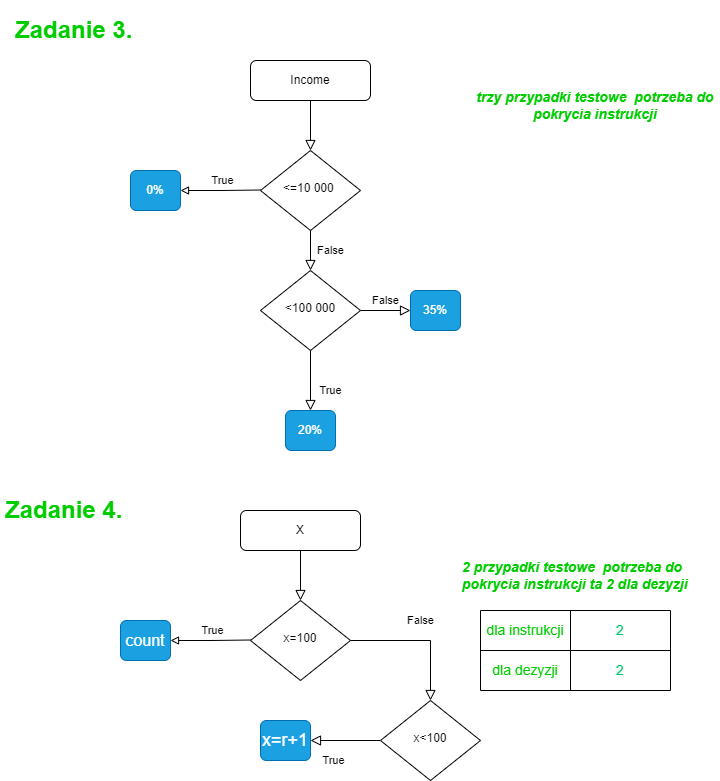
Before: Zadania_3_4_drawio.png, a diagram exported from draw.io (Soldat72/draws_and_charts). Source tidied: cells renumbered, new cells last; positions are measured from the earlier drawing's top-left corner, leaving out a move shared by most shapes.
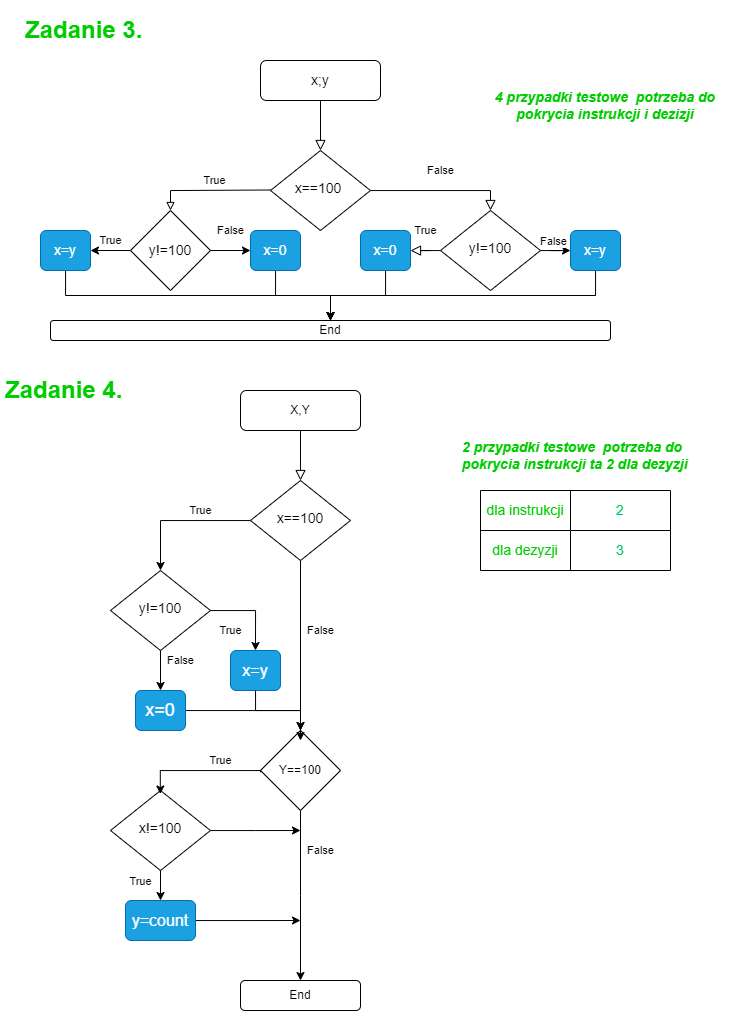
The same diagram one commit later.

What changed in the source:
```diff
@@ -2,86 +2,106 @@
   <root>
     <mxCell id="0" />
     <mxCell id="1" parent="0" />
-    <mxCell id="2" value="True" style="endArrow=block;html=1;rounded=0;edgeStyle=orthogonalEdgeStyle;endFill=0;" parent="1" edge="1">
+    <mxCell id="2" value="True" style="endArrow=block;html=1;rounded=0;edgeStyle=orthogonalEdgeStyle;endFill=0;" parent="1" edge="1" target="44">
       <mxGeometry x="-0.07" y="-10" relative="1" as="geometry">
         <mxPoint x="260" y="179.5" as="sourcePoint" />
-        <mxPoint x="180" y="180" as="targetPoint" />
       </mxGeometry>
     </mxCell>
     <mxCell id="3" style="rounded=0;html=1;jettySize=auto;fontSize=11;endArrow=block;endFill=0;endSize=8;strokeWidth=1;shadow=0;labelBackgroundColor=none;edgeStyle=orthogonalEdgeStyle;" parent="1" edge="1" source="4" target="6">
       <mxGeometry relative="1" as="geometry" />
     </mxCell>
-    <mxCell id="4" value="Income" style="rounded=1;whiteSpace=wrap;html=1;fontSize=12;glass=0;strokeWidth=1;shadow=0;" parent="1" vertex="1">
+    <mxCell id="4" value="&lt;font style=&quot;font-size: 14px;&quot;&gt;x;y&lt;/font&gt;" style="rounded=1;whiteSpace=wrap;html=1;fontSize=12;glass=0;strokeWidth=1;shadow=0;" parent="1" vertex="1">
       <mxGeometry x="250" y="50" width="120" height="40" as="geometry" />
     </mxCell>
     <mxCell id="5" value="False" style="rounded=0;html=1;jettySize=auto;fontSize=11;endArrow=block;endFill=0;endSize=8;strokeWidth=1;shadow=0;labelBackgroundColor=none;edgeStyle=orthogonalEdgeStyle;" parent="1" edge="1" source="6" target="9">
-      <mxGeometry y="20" relative="1" as="geometry" />
+      <mxGeometry y="20" relative="1" as="geometry">
+        <Array as="points">
+          <mxPoint x="480" y="180" />
+        </Array>
+      </mxGeometry>
     </mxCell>
-    <mxCell id="6" value="&amp;lt;=10 000&amp;nbsp;" style="rhombus;whiteSpace=wrap;html=1;shadow=0;fontFamily=Helvetica;fontSize=12;align=center;strokeWidth=1;spacing=6;spacingTop=-4;" parent="1" vertex="1">
+    <mxCell id="6" value="&lt;font style=&quot;font-size: 14px;&quot;&gt;x==100&amp;nbsp;&lt;/font&gt;" style="rhombus;whiteSpace=wrap;html=1;shadow=0;fontFamily=Helvetica;fontSize=12;align=center;strokeWidth=1;spacing=6;spacingTop=-4;" parent="1" vertex="1">
       <mxGeometry x="260" y="140" width="100" height="80" as="geometry" />
     </mxCell>
+    <mxCell id="8" value="True" style="edgeStyle=orthogonalEdgeStyle;rounded=0;html=1;jettySize=auto;fontSize=11;endArrow=block;endFill=0;endSize=8;strokeWidth=1;shadow=0;labelBackgroundColor=none;" parent="1" edge="1" source="9" target="11">
+      <mxGeometry y="20" relative="1" as="geometry" />
+    </mxCell>
-    <mxCell id="7" value="True" style="rounded=0;html=1;jettySize=auto;fontSize=11;endArrow=block;endFill=0;endSize=8;strokeWidth=1;shadow=0;labelBackgroundColor=none;edgeStyle=orthogonalEdgeStyle;" parent="1" edge="1" source="9" target="10">
-      <mxGeometry x="0.33" y="20" relative="1" as="geometry" />
+    <mxCell id="7" style="edgeStyle=orthogonalEdgeStyle;rounded=0;jettySize=auto;html=1;" parent="1" edge="1" source="9" target="10">
+      <mxGeometry relative="1" as="geometry" />
     </mxCell>
-    <mxCell id="8" value="False" style="edgeStyle=orthogonalEdgeStyle;rounded=0;html=1;jettySize=auto;fontSize=11;endArrow=block;endFill=0;endSize=8;strokeWidth=1;shadow=0;labelBackgroundColor=none;" parent="1" edge="1" source="9" target="11">
-      <mxGeometry y="10" relative="1" as="geometry" />
-    </mxCell>
+    <mxCell id="35" value="False" style="edgeLabel;html=1;align=center;verticalAlign=middle;" parent="7" vertex="1">
+      <mxGeometry x="0.31" y="2" relative="1" as="geometry">
+        <mxPoint y="-8" as="offset" />
+      </mxGeometry>
+    </mxCell>
-    <mxCell id="9" value="&amp;lt;100 000" style="rhombus;whiteSpace=wrap;html=1;shadow=0;fontFamily=Helvetica;fontSize=12;align=center;strokeWidth=1;spacing=6;spacingTop=-4;" parent="1" vertex="1">
-      <mxGeometry x="260" y="260" width="100" height="80" as="geometry" />
+    <mxCell id="9" value="&lt;font style=&quot;font-size: 14px;&quot;&gt;y!=100&lt;/font&gt;" style="rhombus;whiteSpace=wrap;html=1;shadow=0;fontFamily=Helvetica;fontSize=12;align=center;strokeWidth=1;spacing=6;spacingTop=-4;" parent="1" vertex="1">
+      <mxGeometry x="430" y="200" width="100" height="80" as="geometry" />
     </mxCell>
+    <mxCell id="36" style="edgeStyle=orthogonalEdgeStyle;rounded=0;jettySize=auto;html=1;" parent="1" edge="1" source="10" target="57">
+      <mxGeometry relative="1" as="geometry" />
+    </mxCell>
-    <mxCell id="10" value="20%" style="rounded=1;whiteSpace=wrap;html=1;fontSize=12;glass=0;strokeWidth=1;shadow=0;fillColor=#1ba1e2;fontColor=#ffffff;strokeColor=#006EAF;imageWidth=24;imageHeight=24;" parent="1" vertex="1">
-      <mxGeometry x="285" y="400" width="50" height="40" as="geometry" />
+    <mxCell id="10" value="&lt;font style=&quot;font-size: 14px;&quot;&gt;x=y&lt;/font&gt;" style="rounded=1;whiteSpace=wrap;html=1;fontSize=12;glass=0;strokeWidth=1;shadow=0;fillColor=#1ba1e2;fontColor=#ffffff;strokeColor=#006EAF;imageWidth=24;imageHeight=24;" parent="1" vertex="1">
+      <mxGeometry x="560" y="220" width="50" height="40" as="geometry" />
     </mxCell>
+    <mxCell id="37" style="edgeStyle=orthogonalEdgeStyle;rounded=0;jettySize=auto;html=1;" parent="1" edge="1" source="11" target="57">
+      <mxGeometry relative="1" as="geometry" />
+    </mxCell>
-    <mxCell id="11" value="35%" style="rounded=1;whiteSpace=wrap;html=1;fontSize=12;glass=0;strokeWidth=1;shadow=0;fillColor=#1ba1e2;fontColor=#ffffff;strokeColor=#006EAF;imageWidth=24;imageHeight=24;" parent="1" vertex="1">
-      <mxGeometry x="410" y="280" width="50" height="40" as="geometry" />
+    <mxCell id="11" value="&lt;font style=&quot;font-size: 14px;&quot;&gt;x=0&lt;/font&gt;" style="rounded=1;whiteSpace=wrap;html=1;fontSize=12;glass=0;strokeWidth=1;shadow=0;fillColor=#1ba1e2;fontColor=#ffffff;strokeColor=#006EAF;imageWidth=24;imageHeight=24;" parent="1" vertex="1">
+      <mxGeometry x="350" y="220" width="50" height="40" as="geometry" />
     </mxCell>
+    <mxCell id="38" style="edgeStyle=orthogonalEdgeStyle;rounded=0;jettySize=auto;html=1;" parent="1" edge="1" source="12" target="57">
+      <mxGeometry relative="1" as="geometry" />
+    </mxCell>
-    <mxCell id="12" value="0%" style="rounded=1;whiteSpace=wrap;html=1;fontSize=12;fillColor=#1ba1e2;fontColor=#ffffff;strokeColor=#006EAF;imageWidth=24;imageHeight=24;" parent="1" vertex="1">
-      <mxGeometry x="130" y="160" width="50" height="40" as="geometry" />
+    <mxCell id="12" value="&lt;font style=&quot;font-size: 14px;&quot;&gt;x=y&lt;/font&gt;" style="rounded=1;whiteSpace=wrap;html=1;fontSize=12;fillColor=#1ba1e2;fontColor=#ffffff;strokeColor=#006EAF;imageWidth=24;imageHeight=24;" parent="1" vertex="1">
+      <mxGeometry x="30" y="220" width="50" height="40" as="geometry" />
     </mxCell>
-    <mxCell id="13" value="&lt;b style=&quot;font-size: 14px;&quot;&gt;&lt;i style=&quot;font-size: 14px;&quot;&gt;trzy przypadki testowe &amp;nbsp;potrzeba do pokrycia instrukcji&lt;/i&gt;&lt;/b&gt;" style="text;html=1;align=center;verticalAlign=middle;whiteSpace=wrap;rounded=0;fontColor=#00CC00;fontSize=14;" parent="1" vertex="1">
+    <mxCell id="13" value="&lt;b style=&quot;font-size: 14px;&quot;&gt;&lt;i style=&quot;font-size: 14px;&quot;&gt;4 przypadki testowe &amp;nbsp;potrzeba do pokrycia instrukcji i dezizji&lt;/i&gt;&lt;/b&gt;" style="text;html=1;align=center;verticalAlign=middle;whiteSpace=wrap;rounded=0;fontColor=#00CC00;fontSize=14;" parent="1" vertex="1">
       <mxGeometry x="470" y="80" width="250" height="30" as="geometry" />
     </mxCell>
     <mxCell id="14" value="&lt;h1&gt;Zadanie 3.&lt;/h1&gt;" style="text;html=1;spacing=5;spacingTop=-20;whiteSpace=wrap;overflow=hidden;rounded=0;fontColor=#00CC00;" parent="1" vertex="1">
       <mxGeometry x="10" width="190" height="40" as="geometry" />
     </mxCell>
-    <mxCell id="15" value="True" style="endArrow=block;html=1;rounded=0;edgeStyle=orthogonalEdgeStyle;endFill=0;" parent="1" edge="1">
-      <mxGeometry x="-0.07" y="-10" relative="1" as="geometry">
-        <mxPoint x="250" y="629.5" as="sourcePoint" />
-        <mxPoint x="170" y="630" as="targetPoint" />
-      </mxGeometry>
-    </mxCell>
     <mxCell id="16" style="rounded=0;html=1;jettySize=auto;fontSize=11;endArrow=block;endFill=0;endSize=8;strokeWidth=1;shadow=0;labelBackgroundColor=none;edgeStyle=orthogonalEdgeStyle;" parent="1" edge="1" source="17" target="19">
       <mxGeometry relative="1" as="geometry" />
     </mxCell>
-    <mxCell id="17" value="X" style="rounded=1;whiteSpace=wrap;html=1;fontSize=12;glass=0;strokeWidth=1;shadow=0;" parent="1" vertex="1">
-      <mxGeometry x="240" y="500" width="120" height="40" as="geometry" />
+    <mxCell id="17" value="X,Y" style="rounded=1;whiteSpace=wrap;html=1;fontSize=12;glass=0;strokeWidth=1;shadow=0;" parent="1" vertex="1">
+      <mxGeometry x="230" y="380" width="120" height="40" as="geometry" />
     </mxCell>
-    <mxCell id="18" value="False" style="rounded=0;html=1;jettySize=auto;fontSize=11;endArrow=block;endFill=0;endSize=8;strokeWidth=1;shadow=0;labelBackgroundColor=none;edgeStyle=orthogonalEdgeStyle;" parent="1" edge="1" source="19" target="21">
-      <mxGeometry y="20" relative="1" as="geometry" />
+    <mxCell id="18" value="True" style="edgeStyle=orthogonalEdgeStyle;rounded=0;jettySize=auto;html=1;" parent="1" edge="1" source="19" target="21">
+      <mxGeometry x="-0.29" y="-10" relative="1" as="geometry" />
     </mxCell>
+    <mxCell id="39" value="False" style="edgeStyle=orthogonalEdgeStyle;rounded=0;jettySize=auto;html=1;exitX=0.5;exitY=1;exitDx=0;exitDy=0;" parent="1" edge="1" source="19" target="48">
+      <mxGeometry x="-0.18" y="20" relative="1" as="geometry" />
+    </mxCell>
-    <mxCell id="19" value="x=100" style="rhombus;whiteSpace=wrap;html=1;shadow=0;fontFamily=Helvetica;fontSize=12;align=center;strokeWidth=1;spacing=6;spacingTop=-4;" parent="1" vertex="1">
-      <mxGeometry x="250" y="590" width="100" height="80" as="geometry" />
+    <mxCell id="19" value="x==100" style="rhombus;whiteSpace=wrap;html=1;shadow=0;fontFamily=Helvetica;fontSize=14;align=center;strokeWidth=1;spacing=6;spacingTop=-4;" parent="1" vertex="1">
+      <mxGeometry x="240" y="470" width="100" height="80" as="geometry" />
     </mxCell>
+    <mxCell id="40" value="True" style="edgeStyle=orthogonalEdgeStyle;rounded=0;jettySize=auto;html=1;entryX=0.5;entryY=0;entryDx=0;entryDy=0;" parent="1" edge="1" source="21" target="23">
+      <mxGeometry x="-0.53" y="-20" relative="1" as="geometry" />
+    </mxCell>
-    <mxCell id="20" value="True" style="rounded=0;html=1;jettySize=auto;fontSize=11;endArrow=block;endFill=0;endSize=8;strokeWidth=1;shadow=0;labelBackgroundColor=none;edgeStyle=orthogonalEdgeStyle;" parent="1" edge="1" source="21" target="22">
-      <mxGeometry x="0.33" y="20" relative="1" as="geometry" />
+    <mxCell id="20" value="False" style="edgeStyle=orthogonalEdgeStyle;rounded=0;jettySize=auto;html=1;entryX=0.5;entryY=0;entryDx=0;entryDy=0;" parent="1" edge="1" source="21" target="22">
+      <mxGeometry x="-0.47" y="20" relative="1" as="geometry" />
     </mxCell>
-    <mxCell id="21" value="x&amp;lt;100" style="rhombus;whiteSpace=wrap;html=1;shadow=0;fontFamily=Helvetica;fontSize=12;align=center;strokeWidth=1;spacing=6;spacingTop=-4;" parent="1" vertex="1">
-      <mxGeometry x="380" y="690" width="100" height="80" as="geometry" />
+    <mxCell id="21" value="y!=100" style="rhombus;whiteSpace=wrap;html=1;shadow=0;fontFamily=Helvetica;fontSize=14;align=center;strokeWidth=1;spacing=6;spacingTop=-4;" parent="1" vertex="1">
+      <mxGeometry x="100" y="560" width="100" height="80" as="geometry" />
     </mxCell>
+    <mxCell id="41" style="edgeStyle=orthogonalEdgeStyle;rounded=0;jettySize=auto;html=1;entryX=0.5;entryY=0;entryDx=0;entryDy=0;" parent="1" edge="1" source="22" target="48">
+      <mxGeometry relative="1" as="geometry" />
+    </mxCell>
-    <mxCell id="22" value="x=r+1" style="rounded=1;whiteSpace=wrap;html=1;fontSize=18;glass=0;strokeWidth=1;shadow=0;fillColor=#1ba1e2;fontColor=#ffffff;strokeColor=#006EAF;imageWidth=24;imageHeight=24;" parent="1" vertex="1">
-      <mxGeometry x="260" y="710" width="50" height="40" as="geometry" />
+    <mxCell id="22" value="x=0" style="rounded=1;whiteSpace=wrap;html=1;fontSize=18;glass=0;strokeWidth=1;shadow=0;fillColor=#1ba1e2;fontColor=#ffffff;strokeColor=#006EAF;imageWidth=24;imageHeight=24;" parent="1" vertex="1">
+      <mxGeometry x="125" y="680" width="50" height="40" as="geometry" />
     </mxCell>
-    <mxCell id="23" value="count" style="rounded=1;whiteSpace=wrap;html=1;fontSize=16;fillColor=#1ba1e2;fontColor=#ffffff;strokeColor=#006EAF;imageWidth=24;imageHeight=24;" parent="1" vertex="1">
-      <mxGeometry x="120" y="610" width="50" height="40" as="geometry" />
+    <mxCell id="23" value="x=y" style="rounded=1;whiteSpace=wrap;html=1;fontSize=16;fillColor=#1ba1e2;fontColor=#ffffff;strokeColor=#006EAF;imageWidth=24;imageHeight=24;" parent="1" vertex="1">
+      <mxGeometry x="220" y="640" width="50" height="40" as="geometry" />
     </mxCell>
     <mxCell id="24" value="&lt;b style=&quot;font-size: 14px;&quot;&gt;&lt;i style=&quot;font-size: 14px;&quot;&gt;2 przypadki testowe &amp;nbsp;potrzeba do pokrycia instrukcji ta 2 dla dezyzji&lt;br&gt;&lt;/i&gt;&lt;/b&gt;" style="text;html=1;align=left;verticalAlign=middle;whiteSpace=wrap;rounded=0;fontColor=#00CC00;fontSize=14;" parent="1" vertex="1">
-      <mxGeometry x="460" y="530" width="250" height="70" as="geometry" />
+      <mxGeometry x="450" y="410" width="250" height="70" as="geometry" />
     </mxCell>
     <mxCell id="25" value="&lt;h1&gt;Zadanie 4.&lt;/h1&gt;" style="text;html=1;spacing=5;spacingTop=-20;whiteSpace=wrap;overflow=hidden;rounded=0;fontColor=#00CC00;" parent="1" vertex="1">
-      <mxGeometry y="480" width="190" height="40" as="geometry" />
+      <mxGeometry x="-10" y="360" width="190" height="40" as="geometry" />
     </mxCell>
     <mxCell id="26" style="shape=table;startSize=0;fontSize=15;" parent="1" vertex="1">
-      <mxGeometry x="480" y="600" width="190" height="80" as="geometry" />
+      <mxGeometry x="470" y="480" width="190" height="80" as="geometry" />
     </mxCell>
     <mxCell id="27" style="shape=tableRow;horizontal=0;startSize=0;swimlaneHead=0;swimlaneBody=0;strokeColor=inherit;top=0;left=0;bottom=0;right=0;fillColor=none;" parent="26" vertex="1">
       <mxGeometry width="190" height="40" as="geometry" />
@@ -102,10 +122,70 @@
       <mxGeometry x="90" width="100" height="40" as="geometry" />
     </mxCell>
     <mxCell id="33" value="&lt;font color=&quot;#00cc00&quot; style=&quot;font-size: 14px;&quot;&gt;dla dezyzji&lt;/font&gt;" style="shape=partialRectangle;html=1;whiteSpace=wrap;strokeColor=inherit;overflow=hidden;fillColor=none;top=0;left=0;bottom=0;right=0;fontSize=14;" parent="1" vertex="1">
-      <mxGeometry x="480" y="640" width="90" height="40" as="geometry" />
+      <mxGeometry x="470" y="520" width="90" height="40" as="geometry" />
     </mxCell>
-    <mxCell id="34" value="&lt;font color=&quot;#00cc66&quot; style=&quot;font-size: 14px;&quot;&gt;2&lt;/font&gt;" style="shape=partialRectangle;html=1;whiteSpace=wrap;strokeColor=inherit;overflow=hidden;fillColor=none;top=0;left=0;bottom=0;right=0;fontSize=14;" parent="1" vertex="1">
-      <mxGeometry x="570" y="640" width="100" height="40" as="geometry" />
+    <mxCell id="34" value="&lt;font color=&quot;#00cc66&quot; style=&quot;font-size: 14px;&quot;&gt;3&lt;/font&gt;" style="shape=partialRectangle;html=1;whiteSpace=wrap;strokeColor=inherit;overflow=hidden;fillColor=none;top=0;left=0;bottom=0;right=0;fontSize=14;" parent="1" vertex="1">
+      <mxGeometry x="560" y="520" width="100" height="40" as="geometry" />
     </mxCell>
+    <mxCell id="42" value="True" style="edgeStyle=orthogonalEdgeStyle;rounded=0;jettySize=auto;html=1;" parent="1" edge="1" source="44" target="12">
+      <mxGeometry y="-10" relative="1" as="geometry" />
+    </mxCell>
+    <mxCell id="43" value="False" style="edgeStyle=orthogonalEdgeStyle;rounded=0;jettySize=auto;html=1;" parent="1" edge="1" source="44" target="46">
+      <mxGeometry y="20" relative="1" as="geometry" />
+    </mxCell>
+    <mxCell id="44" value="&lt;font style=&quot;font-size: 14px;&quot;&gt;y!=100&lt;/font&gt;" style="rhombus;whiteSpace=wrap;html=1;" parent="1" vertex="1">
+      <mxGeometry x="120" y="200" width="80" height="80" as="geometry" />
+    </mxCell>
+    <mxCell id="45" style="edgeStyle=orthogonalEdgeStyle;rounded=0;jettySize=auto;html=1;" parent="1" edge="1" source="46" target="57">
+      <mxGeometry relative="1" as="geometry" />
+    </mxCell>
+    <mxCell id="46" value="&lt;font style=&quot;font-size: 14px;&quot;&gt;x=0&lt;/font&gt;" style="rounded=1;whiteSpace=wrap;html=1;fontSize=12;fillColor=#1ba1e2;fontColor=#ffffff;strokeColor=#006EAF;imageWidth=24;imageHeight=24;" parent="1" vertex="1">
+      <mxGeometry x="240" y="220" width="50" height="40" as="geometry" />
+    </mxCell>
+    <mxCell id="47" value="False" style="edgeStyle=orthogonalEdgeStyle;rounded=0;jettySize=auto;html=1;exitX=0.5;exitY=1;exitDx=0;exitDy=0;" parent="1" edge="1" source="48">
+      <mxGeometry x="-0.53" y="20" relative="1" as="geometry">
+        <mxPoint x="290" y="970" as="targetPoint" />
+      </mxGeometry>
+    </mxCell>
+    <mxCell id="48" value="Y==100" style="rhombus;whiteSpace=wrap;html=1;" parent="1" vertex="1">
+      <mxGeometry x="250" y="720" width="80" height="80" as="geometry" />
+    </mxCell>
+    <mxCell id="49" style="edgeStyle=orthogonalEdgeStyle;rounded=0;jettySize=auto;html=1;entryX=0.5;entryY=0.125;entryDx=0;entryDy=0;entryPerimeter=0;" parent="1" edge="1" source="23" target="48">
+      <mxGeometry relative="1" as="geometry" />
+    </mxCell>
+    <mxCell id="50" value="True" style="edgeStyle=orthogonalEdgeStyle;rounded=0;jettySize=auto;html=1;entryX=0.5;entryY=0;entryDx=0;entryDy=0;" parent="1" edge="1" source="52" target="54">
+      <mxGeometry x="-0.53" y="-20" relative="1" as="geometry" />
+    </mxCell>
+    <mxCell id="51" style="edgeStyle=orthogonalEdgeStyle;rounded=0;jettySize=auto;html=1;" parent="1" edge="1" source="52">
+      <mxGeometry relative="1" as="geometry">
+        <mxPoint x="290" y="820" as="targetPoint" />
+      </mxGeometry>
+    </mxCell>
+    <mxCell id="52" value="x!=100" style="rhombus;whiteSpace=wrap;html=1;shadow=0;fontFamily=Helvetica;fontSize=14;align=center;strokeWidth=1;spacing=6;spacingTop=-4;" parent="1" vertex="1">
+      <mxGeometry x="100" y="780" width="100" height="80" as="geometry" />
+    </mxCell>
+    <mxCell id="53" style="edgeStyle=orthogonalEdgeStyle;rounded=0;jettySize=auto;html=1;" parent="1" edge="1" source="54">
+      <mxGeometry relative="1" as="geometry">
+        <mxPoint x="290" y="910" as="targetPoint" />
+      </mxGeometry>
+    </mxCell>
+    <mxCell id="54" value="y=count" style="rounded=1;whiteSpace=wrap;html=1;fontSize=16;fillColor=#1ba1e2;fontColor=#ffffff;strokeColor=#006EAF;imageWidth=24;imageHeight=24;" parent="1" vertex="1">
+      <mxGeometry x="115" y="890" width="70" height="40" as="geometry" />
+    </mxCell>
+    <mxCell id="55" value="True" style="edgeStyle=orthogonalEdgeStyle;rounded=0;jettySize=auto;html=1;entryX=0.498;entryY=0.044;entryDx=0;entryDy=0;entryPerimeter=0;" parent="1" edge="1" target="52">
+      <mxGeometry x="-0.33" y="-10" relative="1" as="geometry">
+        <mxPoint x="250" y="761.8" as="sourcePoint" />
+        <Array as="points">
+          <mxPoint x="250" y="760" />
+          <mxPoint x="150" y="760" />
+        </Array>
+      </mxGeometry>
+    </mxCell>
+    <mxCell id="56" value="End" style="rounded=1;whiteSpace=wrap;html=1;" parent="1" vertex="1">
+      <mxGeometry x="230" y="970" width="120" height="30" as="geometry" />
+    </mxCell>
+    <mxCell id="57" value="End" style="rounded=1;whiteSpace=wrap;html=1;" parent="1" vertex="1">
+      <mxGeometry x="40" y="310" width="560" height="20" as="geometry" />
+    </mxCell>
   </root>
 </mxGraphModel>
```
